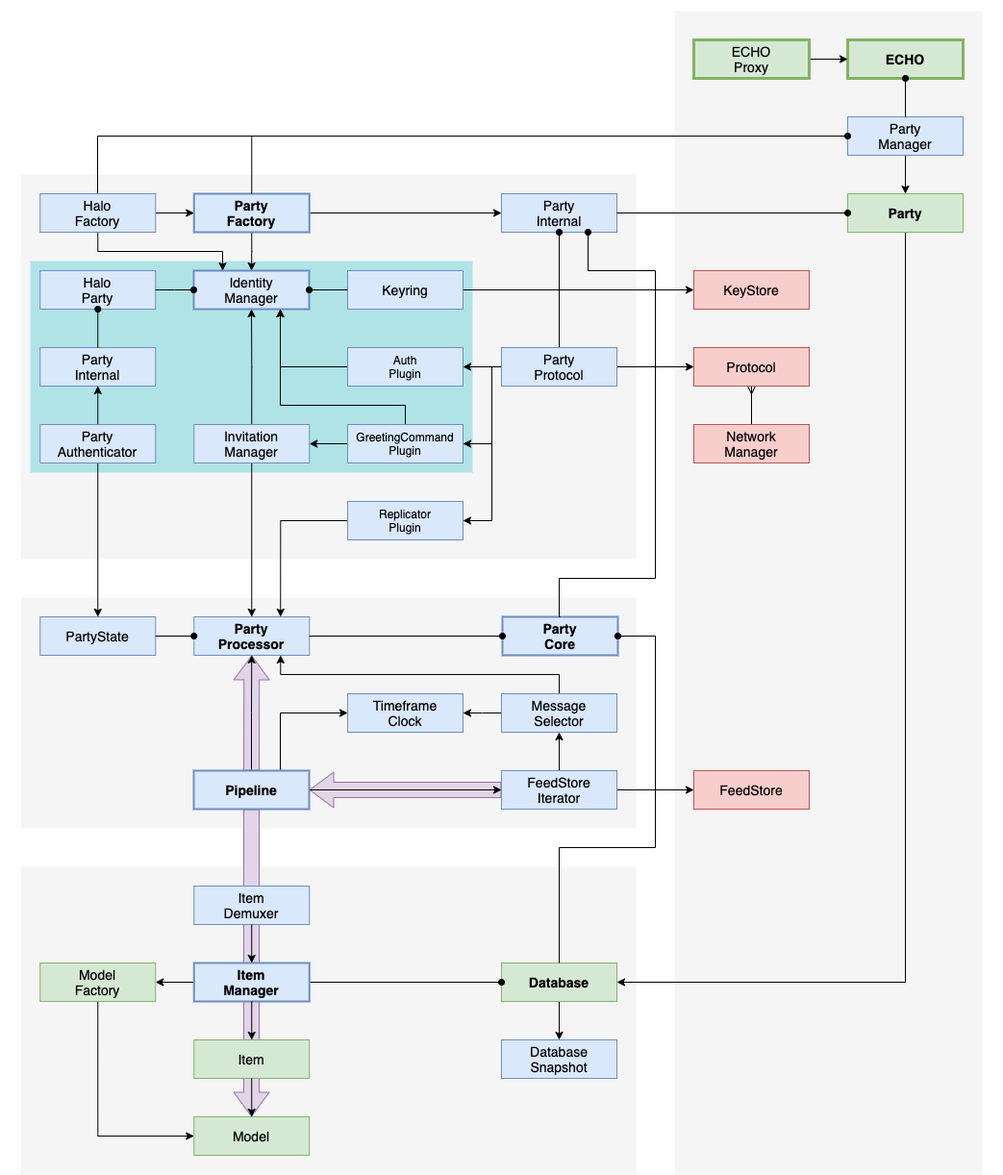
Above: docs/diagrams/echo-architecture.png in dxos/dxos (draw.io), before the change. Source tidied: cells renumbered, new cells last; positions are measured from the earlier drawing's top-left corner, leaving out a move shared by most shapes.
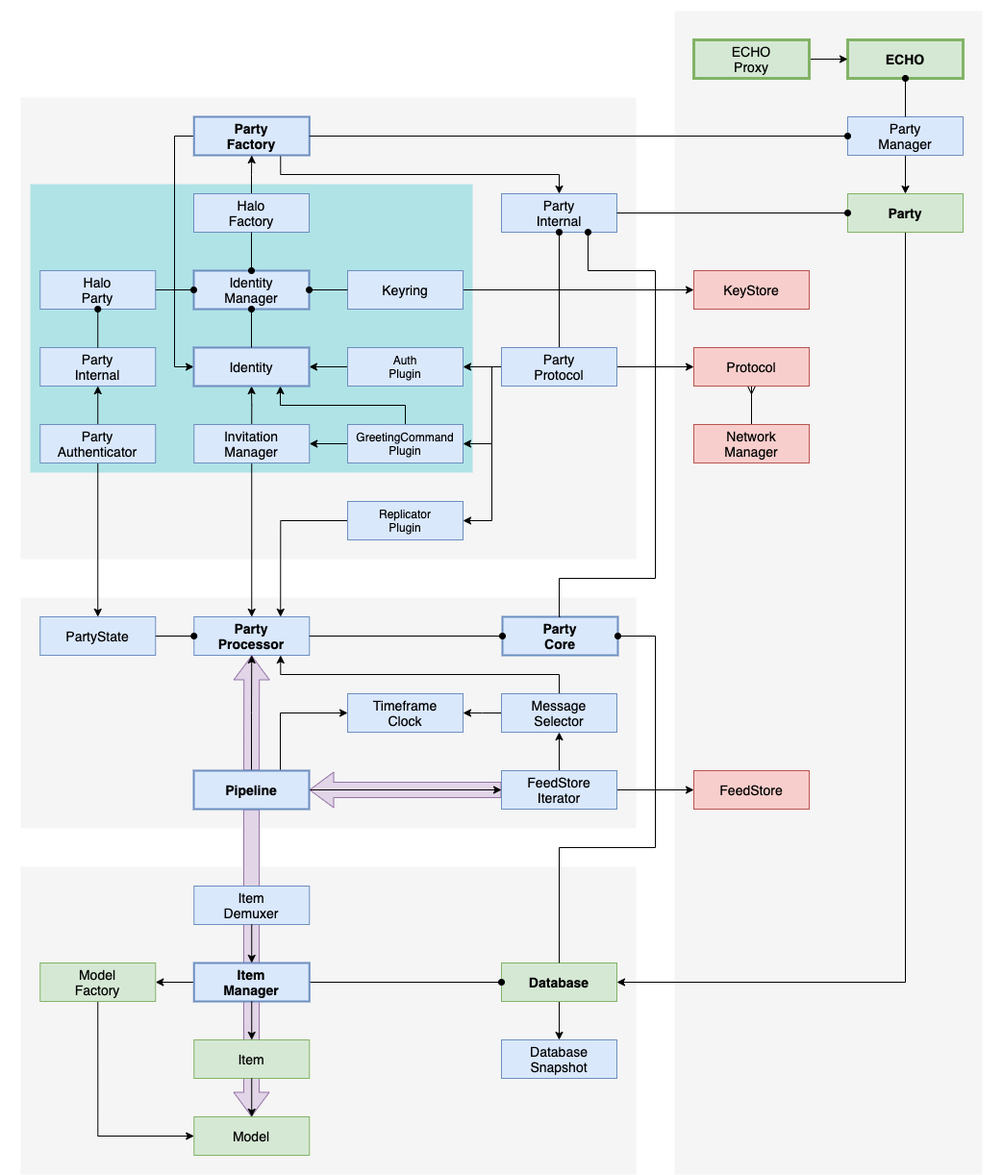
The same diagram one commit later.

The edit, as a diff of the source:
```diff
@@ -6,7 +6,7 @@
       <mxGeometry x="20" y="620" width="640" height="240" as="geometry" />
     </mxCell>
     <mxCell id="3" style="rounded=0;whiteSpace=wrap;html=1;fontSize=14;fontFamily=Helvetica;fontStyle=0;fillColor=#f5f5f5;dashed=1;fontColor=#333333;strokeColor=none;" parent="1" vertex="1">
-      <mxGeometry x="20" y="180" width="640" height="400" as="geometry" />
+      <mxGeometry x="20" y="100" width="640" height="480" as="geometry" />
     </mxCell>
     <mxCell id="4" style="rounded=0;whiteSpace=wrap;html=1;fontSize=14;fontFamily=Helvetica;fontStyle=0;fillColor=#f5f5f5;dashed=1;fontColor=#333333;strokeColor=none;" parent="1" vertex="1">
       <mxGeometry x="700" y="10" width="320" height="1210" as="geometry" />
@@ -15,16 +15,11 @@
       <mxGeometry x="20" y="900" width="640" height="320" as="geometry" />
     </mxCell>
     <mxCell id="6" style="rounded=0;whiteSpace=wrap;html=1;fontSize=14;fontFamily=Helvetica;fontStyle=0;fillColor=#b0e3e6;strokeColor=none;" parent="1" vertex="1">
-      <mxGeometry x="30" y="270" width="460" height="220" as="geometry" />
+      <mxGeometry x="30" y="190" width="460" height="300" as="geometry" />
     </mxCell>
     <mxCell id="7" style="edgeStyle=orthogonalEdgeStyle;rounded=0;jettySize=auto;html=1;exitX=0.5;exitY=1;exitDx=0;exitDy=0;fontSize=12;startArrow=none;startFill=0;endArrow=classic;endFill=1;" parent="1" edge="1" source="9" target="34">
       <mxGeometry relative="1" as="geometry" />
     </mxCell>
-    <mxCell id="8" style="edgeStyle=orthogonalEdgeStyle;rounded=0;jettySize=auto;html=1;exitX=0;exitY=0.5;exitDx=0;exitDy=0;endArrow=none;endFill=0;" parent="1" edge="1" source="9">
-      <mxGeometry relative="1" as="geometry">
-        <mxPoint x="100" y="200" as="targetPoint" />
-      </mxGeometry>
-    </mxCell>
     <mxCell id="9" value="Party&lt;br&gt;Manager" style="rounded=0;whiteSpace=wrap;html=1;fontSize=14;fontFamily=Helvetica;fillColor=#dae8fc;strokeColor=#6c8ebf;fontStyle=0;strokeWidth=1;" parent="1" vertex="1">
       <mxGeometry x="880" y="120" width="120" height="40" as="geometry" />
     </mxCell>
@@ -71,14 +66,14 @@
     <mxCell id="20" style="edgeStyle=orthogonalEdgeStyle;rounded=0;jettySize=auto;html=1;exitX=1;exitY=0.5;exitDx=0;exitDy=0;fontSize=12;startArrow=none;startFill=0;endArrow=classic;endFill=1;entryX=0;entryY=0.5;entryDx=0;entryDy=0;" parent="1" edge="1" source="85" target="72">
       <mxGeometry relative="1" as="geometry" />
     </mxCell>
-    <mxCell id="21" style="edgeStyle=orthogonalEdgeStyle;rounded=0;jettySize=auto;html=1;exitX=0.5;exitY=1;exitDx=0;exitDy=0;entryX=0.5;entryY=0;entryDx=0;entryDy=0;" parent="1" edge="1" source="23" target="16">
-      <mxGeometry relative="1" as="geometry" />
-    </mxCell>
-    <mxCell id="22" style="edgeStyle=orthogonalEdgeStyle;rounded=0;jettySize=auto;html=1;exitX=1;exitY=0.5;exitDx=0;exitDy=0;entryX=0;entryY=0.5;entryDx=0;entryDy=0;fontSize=12;startArrow=none;startFill=0;endArrow=classic;endFill=1;" parent="1" edge="1" source="23" target="73">
+    <mxCell id="22" style="edgeStyle=orthogonalEdgeStyle;rounded=0;jettySize=auto;html=1;exitX=0.75;exitY=1;exitDx=0;exitDy=0;entryX=0.5;entryY=0;entryDx=0;entryDy=0;fontSize=12;startArrow=none;startFill=0;endArrow=classic;endFill=1;" parent="1" edge="1" source="23" target="73">
       <mxGeometry relative="1" as="geometry" />
     </mxCell>
+    <mxCell id="94" style="edgeStyle=orthogonalEdgeStyle;rounded=0;jettySize=auto;html=1;exitX=0;exitY=0.5;exitDx=0;exitDy=0;entryX=0;entryY=0.5;entryDx=0;entryDy=0;endArrow=classic;endFill=1;" parent="1" edge="1" source="23" target="95">
+      <mxGeometry relative="1" as="geometry" />
+    </mxCell>
     <mxCell id="23" value="Party&lt;br&gt;Factory" style="rounded=0;whiteSpace=wrap;html=1;fontSize=14;fontFamily=Helvetica;fillColor=#dae8fc;strokeColor=#6c8ebf;fontStyle=1;strokeWidth=2;" parent="1" vertex="1">
-      <mxGeometry x="200.2" y="200" width="120" height="40" as="geometry" />
+      <mxGeometry x="200.2" y="120" width="120" height="40" as="geometry" />
     </mxCell>
     <mxCell id="24" style="edgeStyle=orthogonalEdgeStyle;rounded=0;jettySize=auto;html=1;exitX=0.5;exitY=1;exitDx=0;exitDy=0;entryX=0;entryY=0.5;entryDx=0;entryDy=0;endArrow=classic;endFill=1;startArrow=none;startFill=0;" parent="1" edge="1" source="25" target="55">
       <mxGeometry relative="1" as="geometry" />
@@ -95,7 +90,7 @@
     <mxCell id="28" style="edgeStyle=orthogonalEdgeStyle;rounded=0;jettySize=auto;html=1;exitX=0.5;exitY=1;exitDx=0;exitDy=0;entryX=0.5;entryY=0;entryDx=0;entryDy=0;" parent="1" edge="1" source="30" target="13">
       <mxGeometry relative="1" as="geometry" />
     </mxCell>
-    <mxCell id="29" style="edgeStyle=orthogonalEdgeStyle;rounded=0;jettySize=auto;html=1;exitX=0.5;exitY=0;exitDx=0;exitDy=0;entryX=0.5;entryY=1;entryDx=0;entryDy=0;" parent="1" edge="1" source="30" target="16">
+    <mxCell id="29" style="edgeStyle=orthogonalEdgeStyle;rounded=0;jettySize=auto;html=1;exitX=0.5;exitY=0;exitDx=0;exitDy=0;entryX=0.5;entryY=1;entryDx=0;entryDy=0;" parent="1" edge="1" source="30" target="95">
       <mxGeometry relative="1" as="geometry" />
     </mxCell>
     <mxCell id="30" value="Invitation&lt;br&gt;Manager" style="rounded=0;whiteSpace=wrap;html=1;fontSize=14;fontFamily=Helvetica;fillColor=#dae8fc;strokeColor=#6c8ebf;fontStyle=0;strokeWidth=1;" parent="1" vertex="1">
@@ -150,12 +145,8 @@
     <mxCell id="43" value="Keyring" style="rounded=0;whiteSpace=wrap;html=1;fontSize=14;fontFamily=Helvetica;fillColor=#dae8fc;strokeColor=#6c8ebf;fontStyle=0;strokeWidth=1;" parent="1" vertex="1">
       <mxGeometry x="360" y="280" width="120" height="40" as="geometry" />
     </mxCell>
-    <mxCell id="44" style="edgeStyle=orthogonalEdgeStyle;rounded=0;jettySize=auto;html=1;exitX=0;exitY=0.5;exitDx=0;exitDy=0;strokeWidth=1;endFill=0;endArrow=none;startFill=1;startArrow=oval;entryX=0.5;entryY=0;entryDx=0;entryDy=0;" parent="1" edge="1" source="9" target="23">
-      <mxGeometry relative="1" as="geometry">
-        <Array as="points">
-          <mxPoint x="260" y="140" />
-        </Array>
-      </mxGeometry>
+    <mxCell id="44" style="edgeStyle=orthogonalEdgeStyle;rounded=0;jettySize=auto;html=1;exitX=0;exitY=0.5;exitDx=0;exitDy=0;strokeWidth=1;endFill=0;endArrow=none;startFill=1;startArrow=oval;entryX=1;entryY=0.5;entryDx=0;entryDy=0;" parent="1" edge="1" source="9" target="23">
+      <mxGeometry relative="1" as="geometry" />
     </mxCell>
     <mxCell id="45" style="edgeStyle=orthogonalEdgeStyle;rounded=0;jettySize=auto;html=1;exitX=0;exitY=0.5;exitDx=0;exitDy=0;entryX=1;entryY=0.5;entryDx=0;entryDy=0;startArrow=oval;startFill=1;endArrow=none;endFill=0;" parent="1" edge="1" source="36" target="57">
       <mxGeometry relative="1" as="geometry" />
@@ -218,7 +209,7 @@
     <mxCell id="63" value="Database&lt;br&gt;Snapshot" style="rounded=0;whiteSpace=wrap;html=1;fontSize=14;fontFamily=Helvetica;fillColor=#dae8fc;strokeColor=#6c8ebf;fontStyle=0;strokeWidth=1;" parent="1" vertex="1">
       <mxGeometry x="520" y="1080" width="120" height="40" as="geometry" />
     </mxCell>
-    <mxCell id="64" style="edgeStyle=orthogonalEdgeStyle;rounded=0;jettySize=auto;html=1;exitX=0;exitY=0.5;exitDx=0;exitDy=0;entryX=0.75;entryY=1;entryDx=0;entryDy=0;fontSize=12;startArrow=none;startFill=0;endArrow=classic;endFill=1;" parent="1" edge="1" source="65" target="16">
+    <mxCell id="64" style="edgeStyle=orthogonalEdgeStyle;rounded=0;jettySize=auto;html=1;exitX=0;exitY=0.5;exitDx=0;exitDy=0;entryX=1;entryY=0.5;entryDx=0;entryDy=0;fontSize=12;startArrow=none;startFill=0;endArrow=classic;endFill=1;" parent="1" edge="1" source="65" target="95">
       <mxGeometry relative="1" as="geometry" />
     </mxCell>
     <mxCell id="65" value="Auth&lt;br style=&quot;font-size: 12px;&quot;&gt;Plugin" style="rounded=0;whiteSpace=wrap;html=1;fontSize=12;fontFamily=Helvetica;fillColor=#dae8fc;strokeColor=#6c8ebf;fontStyle=0;strokeWidth=1;" parent="1" vertex="1">
@@ -227,7 +218,7 @@
     <mxCell id="66" style="edgeStyle=orthogonalEdgeStyle;rounded=0;jettySize=auto;html=1;exitX=0;exitY=0.5;exitDx=0;exitDy=0;entryX=1;entryY=0.5;entryDx=0;entryDy=0;fontSize=12;startArrow=none;startFill=0;endArrow=classic;endFill=1;" parent="1" edge="1" source="68" target="30">
       <mxGeometry relative="1" as="geometry" />
     </mxCell>
-    <mxCell id="67" style="edgeStyle=orthogonalEdgeStyle;rounded=0;jettySize=auto;html=1;exitX=0.5;exitY=0;exitDx=0;exitDy=0;fontSize=12;startArrow=none;startFill=0;endArrow=classic;endFill=1;entryX=0.75;entryY=1;entryDx=0;entryDy=0;" parent="1" edge="1" source="68" target="16">
+    <mxCell id="67" style="edgeStyle=orthogonalEdgeStyle;rounded=0;jettySize=auto;html=1;exitX=0.5;exitY=0;exitDx=0;exitDy=0;fontSize=12;startArrow=none;startFill=0;endArrow=classic;endFill=1;entryX=0.75;entryY=1;entryDx=0;entryDy=0;" parent="1" edge="1" source="68" target="95">
       <mxGeometry relative="1" as="geometry">
         <Array as="points">
           <mxPoint x="420" y="420" />
@@ -317,14 +308,20 @@
     <mxCell id="90" style="edgeStyle=orthogonalEdgeStyle;rounded=0;jettySize=auto;html=1;exitX=0.5;exitY=1;exitDx=0;exitDy=0;entryX=0.5;entryY=0;entryDx=0;entryDy=0;endArrow=none;endFill=0;startArrow=oval;startFill=1;" parent="1" edge="1" source="40" target="89">
       <mxGeometry relative="1" as="geometry" />
     </mxCell>
-    <mxCell id="91" style="edgeStyle=orthogonalEdgeStyle;rounded=0;jettySize=auto;html=1;exitX=1;exitY=0.5;exitDx=0;exitDy=0;" parent="1" edge="1" source="93" target="23">
+    <mxCell id="91" style="edgeStyle=orthogonalEdgeStyle;rounded=0;jettySize=auto;html=1;exitX=0.5;exitY=0;exitDx=0;exitDy=0;" parent="1" edge="1" source="93" target="23">
       <mxGeometry relative="1" as="geometry" />
     </mxCell>
-    <mxCell id="92" style="edgeStyle=orthogonalEdgeStyle;rounded=0;jettySize=auto;html=1;exitX=0.5;exitY=1;exitDx=0;exitDy=0;entryX=0.25;entryY=0;entryDx=0;entryDy=0;endArrow=classic;endFill=1;" parent="1" edge="1" source="93" target="16">
-      <mxGeometry relative="1" as="geometry" />
-    </mxCell>
     <mxCell id="93" value="Halo&lt;br&gt;Factory" style="rounded=0;whiteSpace=wrap;html=1;fontSize=14;fontFamily=Helvetica;fillColor=#dae8fc;strokeColor=#6c8ebf;fontStyle=0;strokeWidth=1;" parent="1" vertex="1">
-      <mxGeometry x="40.2" y="200" width="120" height="40" as="geometry" />
+      <mxGeometry x="200" y="200" width="120" height="40" as="geometry" />
     </mxCell>
+    <mxCell id="95" value="Identity" style="rounded=0;whiteSpace=wrap;html=1;fontSize=14;fontFamily=Helvetica;fillColor=#dae8fc;strokeColor=#6c8ebf;fontStyle=0;strokeWidth=2;" parent="1" vertex="1">
+      <mxGeometry x="200" y="360" width="120" height="40" as="geometry" />
+    </mxCell>
+    <mxCell id="96" style="edgeStyle=orthogonalEdgeStyle;rounded=0;jettySize=auto;html=1;exitX=0.5;exitY=0;exitDx=0;exitDy=0;entryX=0.5;entryY=1;entryDx=0;entryDy=0;endArrow=oval;endFill=1;" parent="1" edge="1" source="95" target="16">
+      <mxGeometry relative="1" as="geometry" />
+    </mxCell>
+    <mxCell id="8" style="edgeStyle=orthogonalEdgeStyle;rounded=0;jettySize=auto;html=1;exitX=0.5;exitY=1;exitDx=0;exitDy=0;endArrow=oval;endFill=1;entryX=0.5;entryY=0;entryDx=0;entryDy=0;" parent="1" edge="1" source="93" target="16">
+      <mxGeometry relative="1" as="geometry" />
+    </mxCell>
   </root>
 </mxGraphModel>
```
